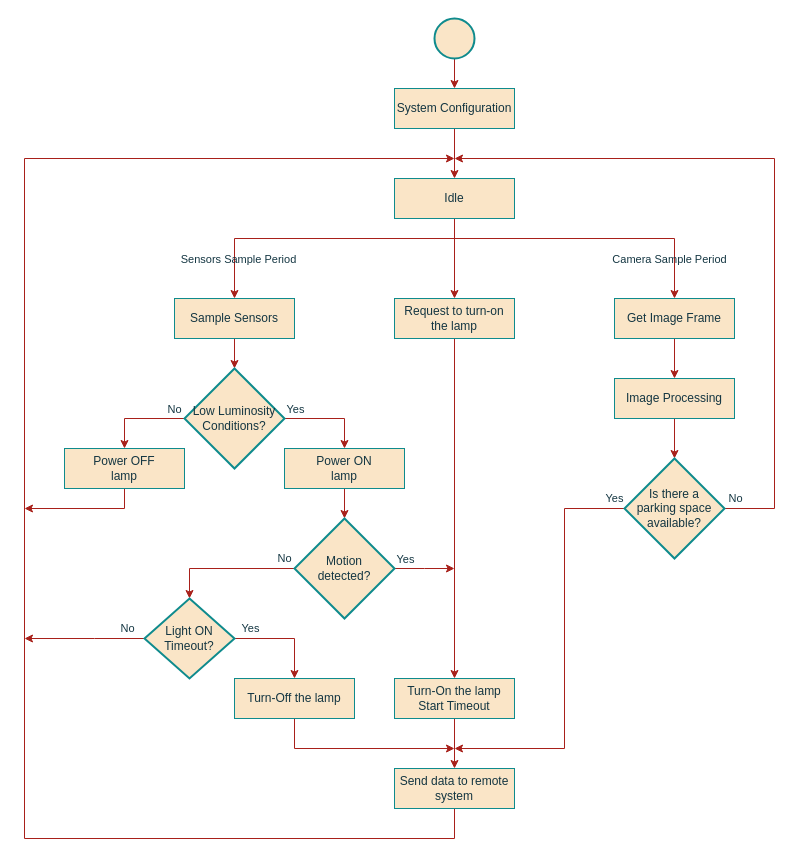
The draw.io diagram page "StateChart" (2 of 3) of project/report/flowcharts/LocalSystem.drawio in ESRGgroup9/slipad, before the edit. Source tidied: cells renumbered, new cells numbered last; positions are measured from the earlier drawing's top-left corner, leaving out a move shared by most shapes. Both pictures are drawn from the tidied source at 100%, with x=0, y=0 at pixel (24, 18).
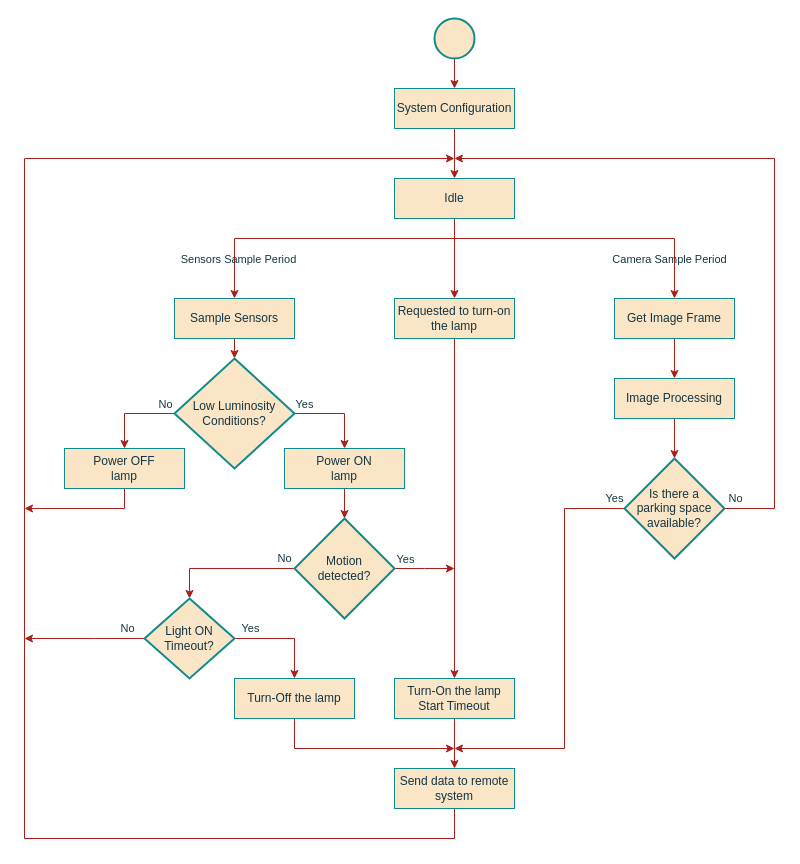
The same page after the edit.

What changed in the source:
```diff
@@
     <mxCell id="24" value="Low Luminosity Conditions?" style="rhombus;whiteSpace=wrap;html=1;fillColor=#FAE5C7;strokeColor=#0F8B8D;fontColor=#143642;strokeWidth=2;" parent="1" vertex="1">
-      <mxGeometry x="160" y="350" width="100" height="100" as="geometry" />
+      <mxGeometry x="150" y="340" width="120" height="110" as="geometry" />
     </mxCell>
@@
-    <mxCell id="40" value="Request to turn-on the lamp" style="rounded=0;whiteSpace=wrap;html=1;fillColor=#FAE5C7;strokeColor=#0F8B8D;fontColor=#143642;" parent="1" vertex="1">
+    <mxCell id="40" value="Requested to turn-on the lamp" style="rounded=0;whiteSpace=wrap;html=1;fillColor=#FAE5C7;strokeColor=#0F8B8D;fontColor=#143642;" parent="1" vertex="1">
       <mxGeometry x="370" y="280" width="120" height="40" as="geometry" />
     </mxCell>
```
